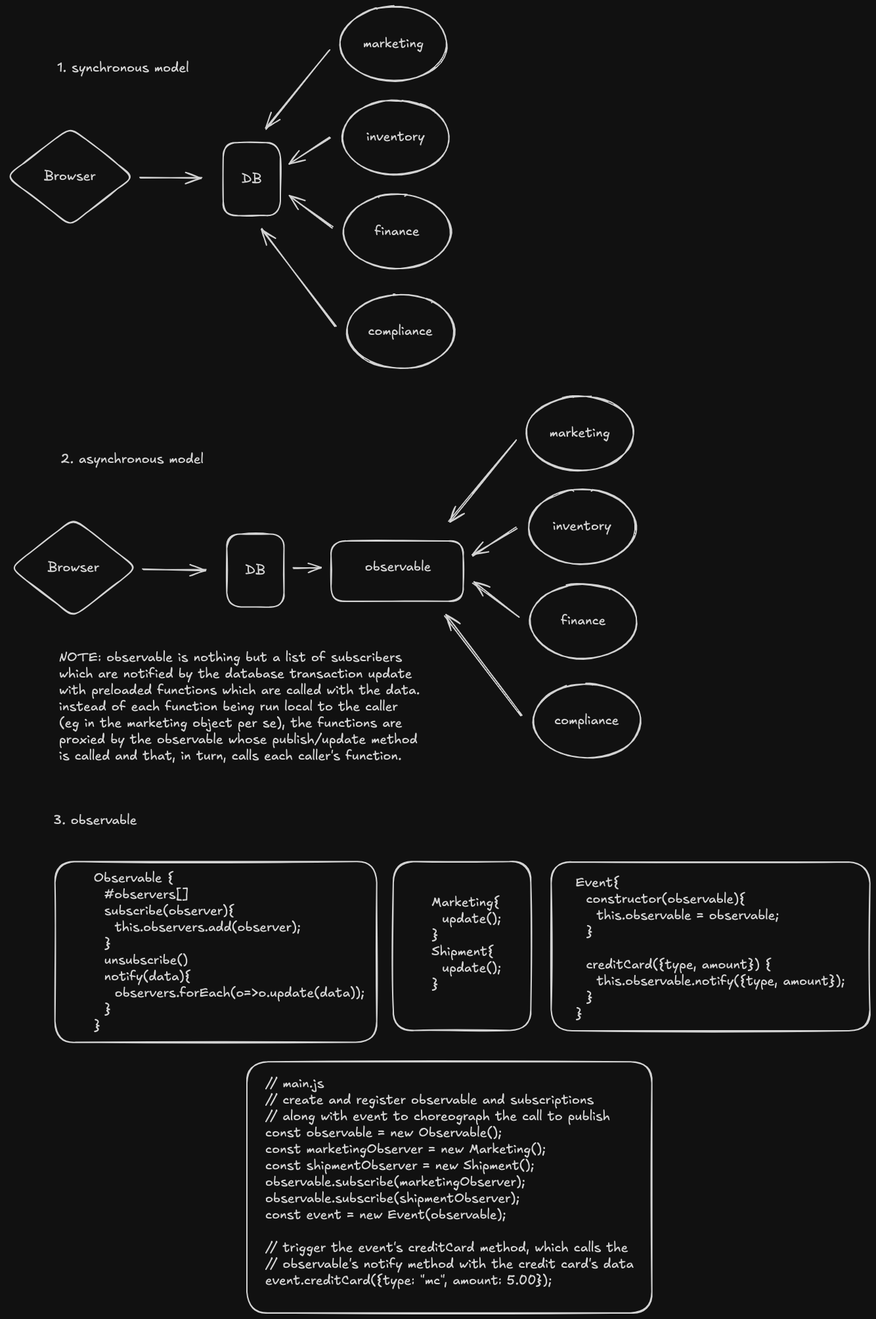
Earlier version of the Excalidraw export js-streams-observable.png (bronifty/js-node-and-web-streams). Source tidied: one line per element, renumbered; positions are measured from the earlier drawing's top-left corner, leaving out a move shared by most shapes.
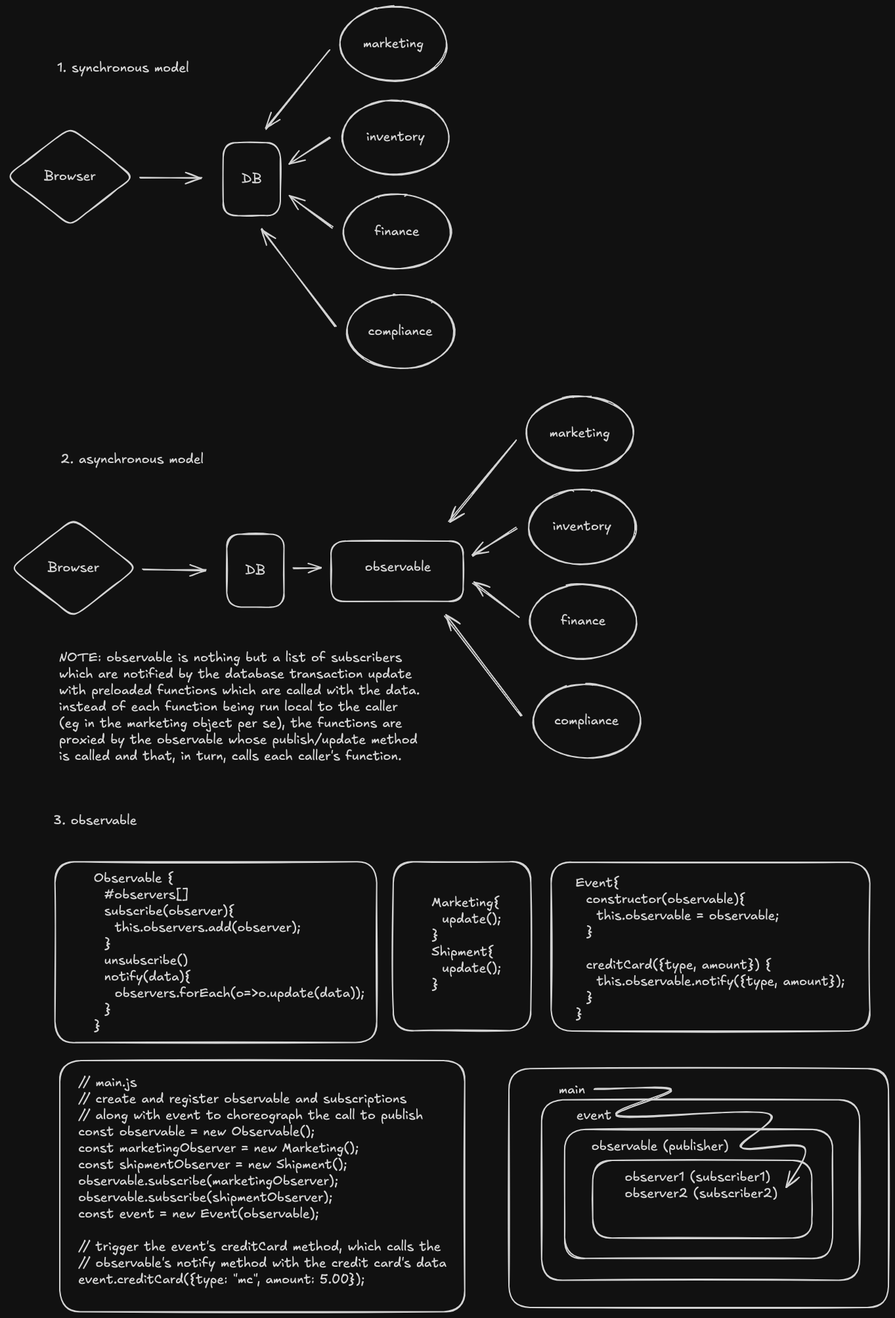
Above is the later version.

Diff of the diagram source:
```diff
@@ -44,6 +44,15 @@
 {"id": 43, "type": "text", "text": "Marketing{\n  update();\n}\nShipment{\n  update();\n}", "strokeColor": "#1e1e1e", "strokeWidth": 2, "roughness": 1, "fontSize": 20, "fontFamily": 5, "x": 647, "y": 1353, "width": 106, "height": 150}
 {"id": 44, "type": "rectangle", "strokeColor": "#1e1e1e", "strokeWidth": 2, "roughness": 1, "round": true, "x": 829, "y": 1303, "width": 485, "height": 257}
 {"id": 45, "type": "text", "text": "Event{\n  constructor(observable){\n    this.observable = observable;\n  }\n   \n  creditCard({type, amount}) {\n    this.observable.notify({type, amount});\n  }\n}", "strokeColor": "#1e1e1e", "strokeWidth": 2, "roughness": 1, "fontSize": 20, "fontFamily": 5, "x": 867, "y": 1323, "width": 410, "height": 225}
-{"id": 46, "type": "rectangle", "strokeColor": "#1e1e1e", "strokeWidth": 2, "roughness": 1, "round": true, "x": 366, "y": 1607, "width": 617, "height": 382}
+{"id": 46, "type": "rectangle", "strokeColor": "#1e1e1e", "strokeWidth": 2, "roughness": 1, "round": true, "x": 81, "y": 1605, "width": 617, "height": 382}
-{"id": 47, "type": "text", "text": "// main.js\n// create and register observable and subscriptions\n// along with event to choreograph the call to publish\nconst observable = new Observable();\nconst marketingObserver = new Marketing();\nconst shipmentObserver = new Shipment();\nobservable.subscribe(marketingObserver);\nobservable.subscribe(shipmentObserver);\nconst event = new Event(observable);\n\n// trigger the event's creditCard method, which calls the\n// observable's notify method with the credit card's data\nevent.creditCard({type: \"mc\", amount: 5.00});", "strokeColor": "#1e1e1e", "strokeWidth": 2, "roughness": 1, "fontSize": 20, "fontFamily": 5, "x": 394, "y": 1629, "width": 561, "height": 325}
+{"id": 47, "type": "text", "text": "// main.js\n// create and register observable and subscriptions\n// along with event to choreograph the call to publish\nconst observable = new Observable();\nconst marketingObserver = new Marketing();\nconst shipmentObserver = new Shipment();\nobservable.subscribe(marketingObserver);\nobservable.subscribe(shipmentObserver);\nconst event = new Event(observable);\n\n// trigger the event's creditCard method, which calls the\n// observable's notify method with the credit card's data\nevent.creditCard({type: \"mc\", amount: 5.00});", "strokeColor": "#1e1e1e", "strokeWidth": 2, "roughness": 1, "fontSize": 20, "fontFamily": 5, "x": 109, "y": 1626, "width": 561, "height": 325}
 {"id": 48, "type": "text", "text": "NOTE: observable is nothing but a list of subscribers\nwhich are notified by the database transaction update\nwith preloaded functions which are called with the data.\ninstead of each function being run local to the caller\n(eg in the marketing object per se), the functions are \nproxied by the observable whose publish/update method \nis called and that, in turn, calls each caller's function.", "strokeColor": "#1e1e1e", "strokeWidth": 2, "roughness": 1, "fontSize": 20, "fontFamily": 5, "x": 80, "y": 980, "width": 554, "height": 175}
+{"id": 49, "type": "rectangle", "strokeColor": "#1e1e1e", "strokeWidth": 2, "roughness": 1, "round": true, "x": 765, "y": 1617, "width": 578, "height": 364}
+{"id": 50, "type": "rectangle", "strokeColor": "#1e1e1e", "strokeWidth": 2, "roughness": 1, "round": true, "x": 815, "y": 1665, "width": 484, "height": 275}
+{"id": 51, "type": "text", "text": "main", "strokeColor": "#1e1e1e", "strokeWidth": 2, "roughness": 1, "fontSize": 20, "fontFamily": 5, "x": 841, "y": 1638, "width": 40, "height": 25}
+{"id": 52, "type": "text", "text": "event", "strokeColor": "#1e1e1e", "strokeWidth": 2, "roughness": 1, "fontSize": 20, "fontFamily": 5, "x": 868, "y": 1676, "width": 54, "height": 25}
+{"id": 53, "type": "rectangle", "strokeColor": "#1e1e1e", "strokeWidth": 2, "roughness": 1, "round": true, "x": 850, "y": 1710, "width": 408, "height": 197}
+{"id": 54, "type": "text", "text": "observable (publisher)", "strokeColor": "#1e1e1e", "strokeWidth": 2, "roughness": 1, "fontSize": 20, "fontFamily": 5, "x": 891, "y": 1723, "width": 209, "height": 25}
+{"id": 55, "type": "rectangle", "strokeColor": "#1e1e1e", "strokeWidth": 2, "roughness": 1, "round": true, "x": 893, "y": 1757, "width": 334, "height": 118}
+{"id": 56, "type": "text", "text": "observer1 (subscriber1)\nobserver2 (subscriber2)", "strokeColor": "#1e1e1e", "strokeWidth": 2, "roughness": 1, "fontSize": 20, "fontFamily": 5, "x": 941, "y": 1771, "width": 233, "height": 50}
+{"id": 57, "type": "arrow", "strokeColor": "#1e1e1e", "strokeWidth": 2, "roughness": 1, "endArrowhead": "arrow", "round": true, "from": 50, "to": 56, "x": 903, "y": 1648, "width": 312, "height": 149, "points": [[0, 0], [0, 0], [109, 2], [29, 41], [254, 37], [216, 89], [312, 89], [285, 149]]}
```
